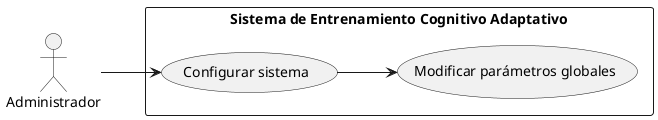
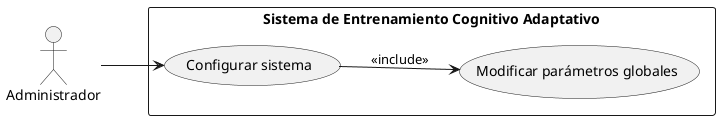
@startuml
left to right direction

actor "Administrador" as Admin

rectangle "Sistema de Entrenamiento Cognitivo Adaptativo" {

  usecase "Configurar sistema" as CU6
  usecase "Modificar parámetros globales" as UC1

-   CU6 --> UC1
+   CU6 --> UC1 : <<include>>
}

Admin --> CU6

@enduml